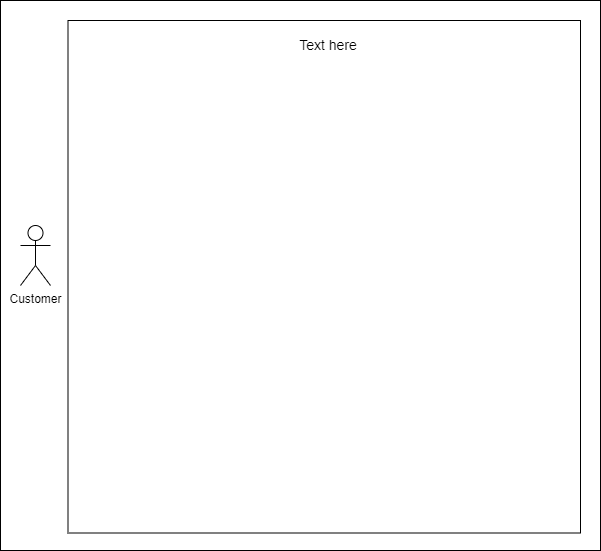
Earlier version of the draw.io export docs/useCases/figs/UseCase7.png (CS3450-Group9/Dans-AutoBarn). Source tidied: cells renumbered, new cells last; positions are measured from the earlier drawing's top-left corner, leaving out a move shared by most shapes.
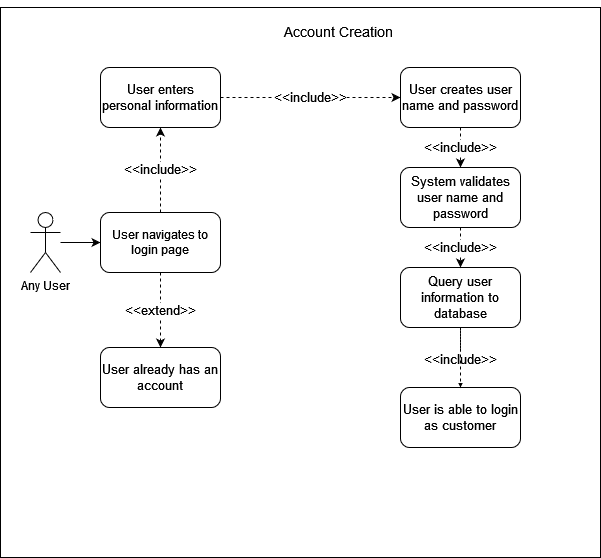
The same file after the commit.

Commit message:
Account Creation use case diagram drawn

What changed in the source:
```diff
@@ -2,20 +2,70 @@
   <root>
     <mxCell id="0" />
     <mxCell id="1" parent="0" />
+    <mxCell id="4" style="whiteSpace=wrap;html=1;fontSize=14;" parent="1" vertex="1">
+      <mxGeometry x="67.5" y="20" width="512.5" height="512.5" as="geometry" />
+    </mxCell>
     <mxCell id="2" style="rounded=0;whiteSpace=wrap;html=1;" parent="1" vertex="1">
-      <mxGeometry width="600" height="550" as="geometry" />
+      <mxGeometry x="-10" y="20" width="600" height="550" as="geometry" />
     </mxCell>
+    <mxCell id="7" style="edgeStyle=orthogonalEdgeStyle;rounded=0;jettySize=auto;html=1;fontSize=13;" parent="1" edge="1" source="3" target="11">
+      <mxGeometry relative="1" as="geometry" />
+    </mxCell>
-    <mxCell id="3" value="Customer" style="shape=umlActor;verticalLabelPosition=bottom;verticalAlign=top;html=1;outlineConnect=0;" parent="1" vertex="1">
+    <mxCell id="3" value="Any User" style="shape=umlActor;verticalLabelPosition=bottom;verticalAlign=top;html=1;outlineConnect=0;" parent="1" vertex="1">
       <mxGeometry x="20" y="225" width="30" height="60" as="geometry" />
     </mxCell>
-    <mxCell id="4" style="whiteSpace=wrap;html=1;fontSize=14;" parent="1" vertex="1">
-      <mxGeometry x="67.5" y="20" width="512.5" height="512.5" as="geometry" />
-    </mxCell>
-    <mxCell id="5" value="&lt;font style=&quot;font-size: 14px;&quot;&gt;Text here&lt;/font&gt;" style="text;whiteSpace=wrap;html=1;align=center;" parent="1" vertex="1">
+    <mxCell id="5" value="&lt;font style=&quot;font-size: 14px;&quot;&gt;Account Creation&lt;/font&gt;" style="text;whiteSpace=wrap;html=1;align=center;" parent="1" vertex="1">
       <mxGeometry x="227.5" y="30" width="200" height="40" as="geometry" />
     </mxCell>
     <mxCell id="6" style="edgeStyle=none;rounded=0;orthogonalLoop=1;jettySize=auto;html=1;exitX=0.5;exitY=0;exitDx=0;exitDy=0;dashed=1;startArrow=open;startFill=0;endArrow=none;endFill=0;" parent="1" edge="1" source="4" target="4">
       <mxGeometry relative="1" as="geometry" />
     </mxCell>
+    <mxCell id="8" style="edgeStyle=orthogonalEdgeStyle;rounded=0;jettySize=auto;html=1;exitX=1;exitY=0.5;exitDx=0;exitDy=0;fontSize=13;" parent="1" edge="1" source="11">
+      <mxGeometry relative="1" as="geometry">
+        <mxPoint x="210" y="255" as="targetPoint" />
+      </mxGeometry>
+    </mxCell>
+    <mxCell id="9" value="&amp;lt;&amp;lt;extend&amp;gt;&amp;gt;" style="edgeStyle=orthogonalEdgeStyle;rounded=0;jettySize=auto;html=1;dashed=1;strokeColor=default;fontSize=13;" parent="1" edge="1" source="11" target="12">
+      <mxGeometry relative="1" as="geometry" />
+    </mxCell>
+    <mxCell id="10" value="&amp;lt;&amp;lt;include&amp;gt;&amp;gt;" style="edgeStyle=orthogonalEdgeStyle;rounded=0;jettySize=auto;html=1;dashed=1;strokeColor=default;fontSize=13;" parent="1" edge="1" source="11" target="15">
+      <mxGeometry relative="1" as="geometry" />
+    </mxCell>
+    <mxCell id="11" value="User navigates to login page" style="rounded=1;whiteSpace=wrap;html=1;" parent="1" vertex="1">
+      <mxGeometry x="90" y="225" width="120" height="60" as="geometry" />
+    </mxCell>
+    <mxCell id="12" value="User already has an account" style="rounded=1;whiteSpace=wrap;html=1;fontSize=13;" parent="1" vertex="1">
+      <mxGeometry x="90" y="360" width="120" height="60" as="geometry" />
+    </mxCell>
+    <mxCell id="13" value="User is able to login as customer" style="rounded=1;whiteSpace=wrap;html=1;fontSize=13;" parent="1" vertex="1">
+      <mxGeometry x="390" y="400" width="120" height="60" as="geometry" />
+    </mxCell>
+    <mxCell id="14" value="&amp;lt;&amp;lt;include&amp;gt;&amp;gt;" style="edgeStyle=orthogonalEdgeStyle;rounded=0;jettySize=auto;html=1;fontSize=13;dashed=1;" parent="1" edge="1" source="15" target="17">
+      <mxGeometry relative="1" as="geometry" />
+    </mxCell>
+    <mxCell id="15" value="User enters personal information" style="rounded=1;whiteSpace=wrap;html=1;fontSize=13;" parent="1" vertex="1">
+      <mxGeometry x="90" y="80" width="120" height="60" as="geometry" />
+    </mxCell>
+    <mxCell id="16" value="&amp;lt;&amp;lt;include&amp;gt;&amp;gt;" style="edgeStyle=orthogonalEdgeStyle;rounded=0;jettySize=auto;html=1;exitX=0.5;exitY=1;exitDx=0;exitDy=0;entryX=0.5;entryY=0;entryDx=0;entryDy=0;fontSize=13;dashed=1;" parent="1" edge="1" source="17" target="21">
+      <mxGeometry relative="1" as="geometry" />
+    </mxCell>
+    <mxCell id="17" value="&lt;div&gt;User creates user name and password&lt;/div&gt;" style="rounded=1;whiteSpace=wrap;html=1;fontSize=13;" parent="1" vertex="1">
+      <mxGeometry x="390" y="80" width="120" height="60" as="geometry" />
+    </mxCell>
+    <mxCell id="18" value="&lt;div&gt;&amp;lt;&amp;lt;include&amp;gt;&amp;gt;&lt;/div&gt;&lt;div&gt;&lt;br&gt;&lt;/div&gt;" style="edgeStyle=orthogonalEdgeStyle;rounded=0;jettySize=auto;html=1;dashed=1;strokeColor=default;fontSize=13;" parent="1" edge="1" source="19" target="13">
+      <mxGeometry x="0.33" relative="1" as="geometry" />
+    </mxCell>
+    <mxCell id="19" value="&lt;font style=&quot;font-size: 13px;&quot;&gt;Query user information to database&lt;/font&gt;" style="rounded=1;whiteSpace=wrap;html=1;fontSize=13;" parent="1" vertex="1">
+      <mxGeometry x="390" y="280" width="120" height="60" as="geometry" />
+    </mxCell>
+    <mxCell id="20" value="&amp;lt;&amp;lt;include&amp;gt;&amp;gt;" style="edgeStyle=orthogonalEdgeStyle;rounded=0;jettySize=auto;html=1;fontSize=13;dashed=1;" parent="1" edge="1" source="21" target="19">
+      <mxGeometry relative="1" as="geometry" />
+    </mxCell>
+    <mxCell id="21" value="System validates user name and password" style="rounded=1;whiteSpace=wrap;html=1;fontSize=13;" parent="1" vertex="1">
+      <mxGeometry x="390" y="180" width="120" height="60" as="geometry" />
+    </mxCell>
+    <mxCell id="22" style="endArrow=none;dashed=1;html=1;rounded=0;strokeColor=default;fontSize=12;entryX=0.5;entryY=1;entryDx=0;entryDy=0;exitX=0.5;exitY=0;exitDx=0;exitDy=0;" parent="1" edge="1" source="13" target="19">
+      <mxGeometry relative="1" as="geometry" />
+    </mxCell>
   </root>
 </mxGraphModel>
```
